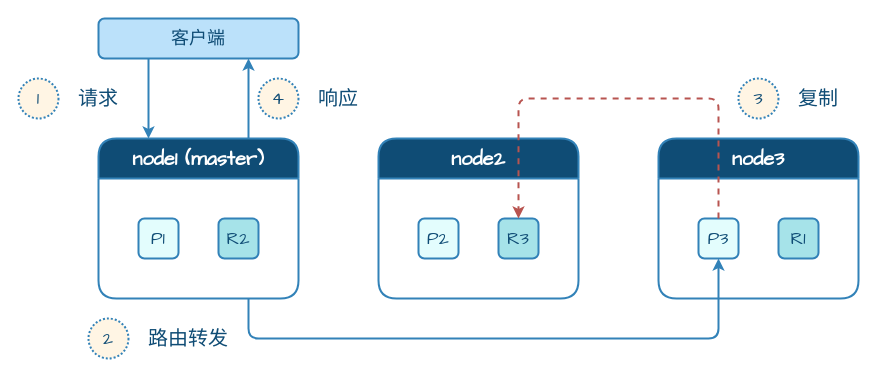
Above: page "集群存储流程" (3 of 4) of assets/数据库/搜索引擎数据库/Elasticsearch_架构.drawio in dunwu/waterdrop (draw.io), before the change. Source tidied: cells renumbered, new cells numbered last; positions are measured from the earlier drawing's top-left corner, leaving out a move shared by most shapes. Both pictures are drawn from the tidied source at 100%, with x=0, y=0 at pixel (18, 18).
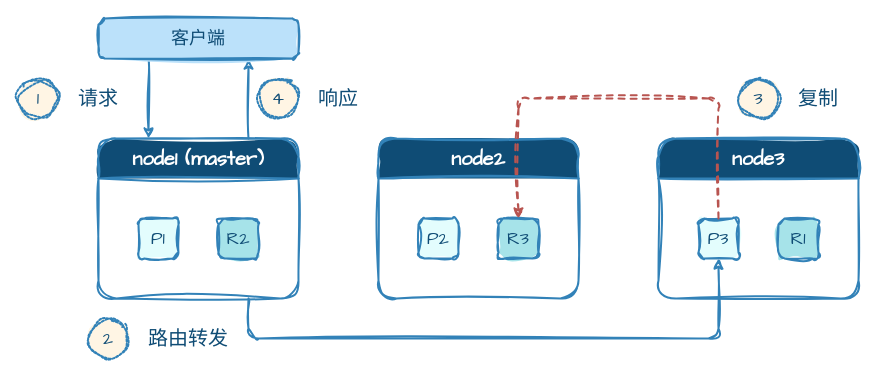
Above is the later version.

The edit, as a diff of the source:
```diff
@@
-    <mxCell id="2" style="edgeStyle=orthogonalEdgeStyle;shape=connector;rounded=1;jettySize=auto;html=1;exitX=0.75;exitY=1;exitDx=0;exitDy=0;entryX=0.5;entryY=1;entryDx=0;entryDy=0;labelBackgroundColor=default;strokeColor=#3282B8;strokeWidth=2;align=center;verticalAlign=middle;fontFamily=Comic Sans MS;fontSize=18;fontColor=#0F4C75;endArrow=classic;" parent="1" edge="1" source="4" target="11">
+    <mxCell id="2" style="edgeStyle=orthogonalEdgeStyle;shape=connector;rounded=1;jettySize=auto;html=1;exitX=0.75;exitY=1;exitDx=0;exitDy=0;entryX=0.5;entryY=1;entryDx=0;entryDy=0;labelBackgroundColor=default;strokeColor=#3282B8;strokeWidth=2;align=center;verticalAlign=middle;fontFamily=Comic Sans MS;fontSize=18;fontColor=#0F4C75;endArrow=classic;sketch=1;curveFitting=1;jiggle=2;" parent="1" edge="1" source="4" target="11">
       <mxGeometry relative="1" as="geometry">
         <Array as="points">
           <mxPoint x="230" y="320" />
           <mxPoint x="700" y="320" />
         </Array>
       </mxGeometry>
     </mxCell>
-    <mxCell id="3" style="edgeStyle=orthogonalEdgeStyle;shape=connector;rounded=1;jettySize=auto;html=1;exitX=0.75;exitY=0;exitDx=0;exitDy=0;entryX=0.75;entryY=1;entryDx=0;entryDy=0;labelBackgroundColor=default;strokeColor=#3282B8;strokeWidth=2;align=center;verticalAlign=middle;fontFamily=Comic Sans MS;fontSize=18;fontColor=#0F4C75;endArrow=classic;" parent="1" edge="1" source="4" target="14">
+    <mxCell id="3" style="edgeStyle=orthogonalEdgeStyle;shape=connector;rounded=1;jettySize=auto;html=1;exitX=0.75;exitY=0;exitDx=0;exitDy=0;entryX=0.75;entryY=1;entryDx=0;entryDy=0;labelBackgroundColor=default;strokeColor=#3282B8;strokeWidth=2;align=center;verticalAlign=middle;fontFamily=Comic Sans MS;fontSize=18;fontColor=#0F4C75;endArrow=classic;sketch=1;curveFitting=1;jiggle=2;" parent="1" edge="1" source="4" target="14">
       <mxGeometry relative="1" as="geometry" />
     </mxCell>
-    <mxCell id="4" value="node1 (master)" style="swimlane;whiteSpace=wrap;html=1;rounded=1;shadow=0;strokeColor=#3282B8;strokeWidth=2;align=center;verticalAlign=middle;fontFamily=Comic Sans MS;fontSize=20;fontColor=#FFFFFF;fillColor=#0F4C75;startSize=40;fontStyle=1;swimlaneFillColor=none;swimlaneLine=1;" parent="1" vertex="1">
+    <mxCell id="4" value="node1 (master)" style="swimlane;whiteSpace=wrap;html=1;rounded=1;shadow=0;strokeColor=#3282B8;strokeWidth=2;align=center;verticalAlign=middle;fontFamily=Comic Sans MS;fontSize=20;fontColor=#FFFFFF;fillColor=#0F4C75;startSize=40;fontStyle=1;swimlaneFillColor=none;swimlaneLine=1;sketch=1;curveFitting=1;jiggle=2;fillStyle=solid;" parent="1" vertex="1">
       <mxGeometry x="80" y="120" width="200" height="160" as="geometry" />
     </mxCell>
-    <mxCell id="5" value="P1" style="rounded=1;whiteSpace=wrap;html=1;shadow=0;strokeColor=#3282B8;strokeWidth=2;align=center;verticalAlign=middle;spacing=20;fontFamily=Comic Sans MS;fontSize=18;fontColor=#0F4C75;fillColor=#E3FDFD;" parent="4" vertex="1">
+    <mxCell id="5" value="P1" style="rounded=1;whiteSpace=wrap;html=1;shadow=0;strokeColor=#3282B8;strokeWidth=2;align=center;verticalAlign=middle;spacing=20;fontFamily=Comic Sans MS;fontSize=18;fontColor=#0F4C75;fillColor=#E3FDFD;sketch=1;curveFitting=1;jiggle=2;fillStyle=solid;" parent="4" vertex="1">
       <mxGeometry x="40" y="80" width="40" height="40" as="geometry" />
     </mxCell>
-    <mxCell id="6" value="R2" style="rounded=1;whiteSpace=wrap;html=1;shadow=0;strokeColor=#3282B8;strokeWidth=2;align=center;verticalAlign=middle;spacing=20;fontFamily=Comic Sans MS;fontSize=18;fontColor=#0F4C75;fillColor=#A6E3E9;" parent="4" vertex="1">
+    <mxCell id="6" value="R2" style="rounded=1;whiteSpace=wrap;html=1;shadow=0;strokeColor=#3282B8;strokeWidth=2;align=center;verticalAlign=middle;spacing=20;fontFamily=Comic Sans MS;fontSize=18;fontColor=#0F4C75;fillColor=#A6E3E9;sketch=1;curveFitting=1;jiggle=2;fillStyle=solid;" parent="4" vertex="1">
       <mxGeometry x="120" y="80" width="40" height="40" as="geometry" />
     </mxCell>
-    <mxCell id="7" value="node2" style="swimlane;whiteSpace=wrap;html=1;rounded=1;shadow=0;strokeColor=#3282B8;strokeWidth=2;align=center;verticalAlign=middle;fontFamily=Comic Sans MS;fontSize=20;fontColor=#FFFFFF;fillColor=#0F4C75;startSize=40;fontStyle=1;swimlaneFillColor=none;swimlaneLine=1;" parent="1" vertex="1">
+    <mxCell id="7" value="node2" style="swimlane;whiteSpace=wrap;html=1;rounded=1;shadow=0;strokeColor=#3282B8;strokeWidth=2;align=center;verticalAlign=middle;fontFamily=Comic Sans MS;fontSize=20;fontColor=#FFFFFF;fillColor=#0F4C75;startSize=40;fontStyle=1;swimlaneFillColor=none;swimlaneLine=1;sketch=1;curveFitting=1;jiggle=2;fillStyle=solid;" parent="1" vertex="1">
       <mxGeometry x="360" y="120" width="200" height="160" as="geometry" />
     </mxCell>
-    <mxCell id="8" value="P2" style="rounded=1;whiteSpace=wrap;html=1;shadow=0;strokeColor=#3282B8;strokeWidth=2;align=center;verticalAlign=middle;spacing=20;fontFamily=Comic Sans MS;fontSize=18;fontColor=#0F4C75;fillColor=#E3FDFD;" parent="7" vertex="1">
+    <mxCell id="8" value="P2" style="rounded=1;whiteSpace=wrap;html=1;shadow=0;strokeColor=#3282B8;strokeWidth=2;align=center;verticalAlign=middle;spacing=20;fontFamily=Comic Sans MS;fontSize=18;fontColor=#0F4C75;fillColor=#E3FDFD;sketch=1;curveFitting=1;jiggle=2;fillStyle=solid;" parent="7" vertex="1">
       <mxGeometry x="40" y="80" width="40" height="40" as="geometry" />
     </mxCell>
-    <mxCell id="9" value="R3" style="rounded=1;whiteSpace=wrap;html=1;shadow=0;strokeColor=#3282B8;strokeWidth=2;align=center;verticalAlign=middle;spacing=20;fontFamily=Comic Sans MS;fontSize=18;fontColor=#0F4C75;fillColor=#A6E3E9;" parent="7" vertex="1">
+    <mxCell id="9" value="R3" style="rounded=1;whiteSpace=wrap;html=1;shadow=0;strokeColor=#3282B8;strokeWidth=2;align=center;verticalAlign=middle;spacing=20;fontFamily=Comic Sans MS;fontSize=18;fontColor=#0F4C75;fillColor=#A6E3E9;sketch=1;curveFitting=1;jiggle=2;fillStyle=solid;" parent="7" vertex="1">
       <mxGeometry x="120" y="80" width="40" height="40" as="geometry" />
     </mxCell>
-    <mxCell id="10" value="node3" style="swimlane;whiteSpace=wrap;html=1;rounded=1;shadow=0;strokeColor=#3282B8;strokeWidth=2;align=center;verticalAlign=middle;fontFamily=Comic Sans MS;fontSize=20;fontColor=#FFFFFF;fillColor=#0F4C75;startSize=40;fontStyle=1;swimlaneFillColor=none;swimlaneLine=1;" parent="1" vertex="1">
+    <mxCell id="10" value="node3" style="swimlane;whiteSpace=wrap;html=1;rounded=1;shadow=0;strokeColor=#3282B8;strokeWidth=2;align=center;verticalAlign=middle;fontFamily=Comic Sans MS;fontSize=20;fontColor=#FFFFFF;fillColor=#0F4C75;startSize=40;fontStyle=1;swimlaneFillColor=none;swimlaneLine=1;sketch=1;curveFitting=1;jiggle=2;fillStyle=solid;" parent="1" vertex="1">
       <mxGeometry x="640" y="120" width="200" height="160" as="geometry" />
     </mxCell>
-    <mxCell id="11" value="P3" style="rounded=1;whiteSpace=wrap;html=1;shadow=0;strokeColor=#3282B8;strokeWidth=2;align=center;verticalAlign=middle;spacing=20;fontFamily=Comic Sans MS;fontSize=18;fontColor=#0F4C75;fillColor=#E3FDFD;" parent="10" vertex="1">
+    <mxCell id="11" value="P3" style="rounded=1;whiteSpace=wrap;html=1;shadow=0;strokeColor=#3282B8;strokeWidth=2;align=center;verticalAlign=middle;spacing=20;fontFamily=Comic Sans MS;fontSize=18;fontColor=#0F4C75;fillColor=#E3FDFD;sketch=1;curveFitting=1;jiggle=2;fillStyle=solid;" parent="10" vertex="1">
       <mxGeometry x="40" y="80" width="40" height="40" as="geometry" />
     </mxCell>
-    <mxCell id="12" value="R1" style="rounded=1;whiteSpace=wrap;html=1;shadow=0;strokeColor=#3282B8;strokeWidth=2;align=center;verticalAlign=middle;spacing=20;fontFamily=Comic Sans MS;fontSize=18;fontColor=#0F4C75;fillColor=#A6E3E9;" parent="10" vertex="1">
+    <mxCell id="12" value="R1" style="rounded=1;whiteSpace=wrap;html=1;shadow=0;strokeColor=#3282B8;strokeWidth=2;align=center;verticalAlign=middle;spacing=20;fontFamily=Comic Sans MS;fontSize=18;fontColor=#0F4C75;fillColor=#A6E3E9;sketch=1;curveFitting=1;jiggle=2;fillStyle=solid;" parent="10" vertex="1">
       <mxGeometry x="120" y="80" width="40" height="40" as="geometry" />
     </mxCell>
-    <mxCell id="13" style="edgeStyle=orthogonalEdgeStyle;shape=connector;rounded=1;jettySize=auto;html=1;exitX=0.25;exitY=1;exitDx=0;exitDy=0;entryX=0.25;entryY=0;entryDx=0;entryDy=0;labelBackgroundColor=default;strokeColor=#3282B8;strokeWidth=2;align=center;verticalAlign=middle;fontFamily=Comic Sans MS;fontSize=18;fontColor=#0F4C75;endArrow=classic;" parent="1" edge="1" source="14" target="4">
+    <mxCell id="13" style="edgeStyle=orthogonalEdgeStyle;shape=connector;rounded=1;jettySize=auto;html=1;exitX=0.25;exitY=1;exitDx=0;exitDy=0;entryX=0.25;entryY=0;entryDx=0;entryDy=0;labelBackgroundColor=default;strokeColor=#3282B8;strokeWidth=2;align=center;verticalAlign=middle;fontFamily=Comic Sans MS;fontSize=18;fontColor=#0F4C75;endArrow=classic;sketch=1;curveFitting=1;jiggle=2;" parent="1" edge="1" source="14" target="4">
       <mxGeometry relative="1" as="geometry" />
     </mxCell>
-    <mxCell id="14" value="客户端" style="rounded=1;whiteSpace=wrap;html=1;shadow=0;strokeColor=#3282B8;strokeWidth=2;align=center;verticalAlign=middle;spacing=20;fontFamily=Comic Sans MS;fontSize=18;fontColor=#0F4C75;fillColor=#BBE1FA;" parent="1" vertex="1">
+    <mxCell id="14" value="客户端" style="rounded=1;whiteSpace=wrap;html=1;shadow=0;strokeColor=#3282B8;strokeWidth=2;align=center;verticalAlign=middle;spacing=20;fontFamily=Comic Sans MS;fontSize=18;fontColor=#0F4C75;fillColor=#BBE1FA;sketch=1;curveFitting=1;jiggle=2;fillStyle=solid;" parent="1" vertex="1">
       <mxGeometry x="80" width="200" height="40" as="geometry" />
     </mxCell>
-    <mxCell id="15" style="edgeStyle=orthogonalEdgeStyle;shape=connector;rounded=1;jettySize=auto;html=1;exitX=0.5;exitY=0;exitDx=0;exitDy=0;labelBackgroundColor=default;strokeColor=#b85450;strokeWidth=2;align=center;verticalAlign=middle;fontFamily=Comic Sans MS;fontSize=18;fontColor=#0F4C75;endArrow=classic;fillColor=#f8cecc;dashed=1;" parent="1" edge="1" source="11">
+    <mxCell id="15" style="edgeStyle=orthogonalEdgeStyle;shape=connector;rounded=1;jettySize=auto;html=1;exitX=0.5;exitY=0;exitDx=0;exitDy=0;labelBackgroundColor=default;strokeColor=#b85450;strokeWidth=2;align=center;verticalAlign=middle;fontFamily=Comic Sans MS;fontSize=18;fontColor=#0F4C75;endArrow=classic;fillColor=#f8cecc;dashed=1;sketch=1;curveFitting=1;jiggle=2;" parent="1" edge="1" source="11">
       <mxGeometry relative="1" as="geometry">
         <mxPoint x="500" y="200" as="targetPoint" />
         <Array as="points">
           <mxPoint x="700" y="80" />
           <mxPoint x="500" y="80" />
         </Array>
       </mxGeometry>
     </mxCell>
-    <mxCell id="16" value="2" style="ellipse;whiteSpace=wrap;html=1;rounded=1;shadow=0;dashed=1;dashPattern=1 1;strokeColor=#3282B8;strokeWidth=2;align=center;verticalAlign=middle;spacing=10;fontFamily=Comic Sans MS;fontSize=18;fontColor=#0F4C75;fillColor=#FFF5E4;" parent="1" vertex="1">
+    <mxCell id="16" value="2" style="ellipse;whiteSpace=wrap;html=1;rounded=1;shadow=0;dashed=1;dashPattern=1 1;strokeColor=#3282B8;strokeWidth=2;align=center;verticalAlign=middle;spacing=10;fontFamily=Comic Sans MS;fontSize=18;fontColor=#0F4C75;fillColor=#FFF5E4;sketch=1;curveFitting=1;jiggle=2;fillStyle=solid;" parent="1" vertex="1">
       <mxGeometry x="70" y="300" width="40" height="40" as="geometry" />
     </mxCell>
-    <mxCell id="17" value="路由转发" style="rounded=1;whiteSpace=wrap;html=1;strokeColor=none;fillColor=none;fontFamily=Comic Sans MS;fontStyle=0;fontColor=#0F4C75;shadow=0;fontSize=20;strokeWidth=2;dashed=1;dashPattern=1 1;align=center;verticalAlign=middle;spacingLeft=0;spacing=0;" parent="1" vertex="1">
+    <mxCell id="17" value="路由转发" style="rounded=1;whiteSpace=wrap;html=1;strokeColor=none;fillColor=none;fontFamily=Comic Sans MS;fontStyle=0;fontColor=#0F4C75;shadow=0;fontSize=20;strokeWidth=2;dashed=1;dashPattern=1 1;align=center;verticalAlign=middle;spacingLeft=0;spacing=0;sketch=1;curveFitting=1;jiggle=2;" parent="1" vertex="1">
       <mxGeometry x="110" y="300" width="120" height="40" as="geometry" />
     </mxCell>
-    <mxCell id="18" value="3" style="ellipse;whiteSpace=wrap;html=1;rounded=1;shadow=0;dashed=1;dashPattern=1 1;strokeColor=#3282B8;strokeWidth=2;align=center;verticalAlign=middle;spacing=10;fontFamily=Comic Sans MS;fontSize=18;fontColor=#0F4C75;fillColor=#FFF5E4;" parent="1" vertex="1">
+    <mxCell id="18" value="3" style="ellipse;whiteSpace=wrap;html=1;rounded=1;shadow=0;dashed=1;dashPattern=1 1;strokeColor=#3282B8;strokeWidth=2;align=center;verticalAlign=middle;spacing=10;fontFamily=Comic Sans MS;fontSize=18;fontColor=#0F4C75;fillColor=#FFF5E4;sketch=1;curveFitting=1;jiggle=2;fillStyle=solid;" parent="1" vertex="1">
       <mxGeometry x="720" y="60" width="40" height="40" as="geometry" />
     </mxCell>
-    <mxCell id="19" value="复制" style="rounded=1;whiteSpace=wrap;html=1;strokeColor=none;fillColor=none;fontFamily=Comic Sans MS;fontStyle=0;fontColor=#0F4C75;shadow=0;fontSize=20;strokeWidth=2;dashed=1;dashPattern=1 1;align=center;verticalAlign=middle;spacingLeft=0;spacing=0;" parent="1" vertex="1">
+    <mxCell id="19" value="复制" style="rounded=1;whiteSpace=wrap;html=1;strokeColor=none;fillColor=none;fontFamily=Comic Sans MS;fontStyle=0;fontColor=#0F4C75;shadow=0;fontSize=20;strokeWidth=2;dashed=1;dashPattern=1 1;align=center;verticalAlign=middle;spacingLeft=0;spacing=0;sketch=1;curveFitting=1;jiggle=2;" parent="1" vertex="1">
       <mxGeometry x="760" y="60" width="80" height="40" as="geometry" />
     </mxCell>
-    <mxCell id="20" value="1" style="ellipse;whiteSpace=wrap;html=1;rounded=1;shadow=0;dashed=1;dashPattern=1 1;strokeColor=#3282B8;strokeWidth=2;align=center;verticalAlign=middle;spacing=10;fontFamily=Comic Sans MS;fontSize=18;fontColor=#0F4C75;fillColor=#FFF5E4;" parent="1" vertex="1">
+    <mxCell id="20" value="1" style="ellipse;whiteSpace=wrap;html=1;rounded=1;shadow=0;dashed=1;dashPattern=1 1;strokeColor=#3282B8;strokeWidth=2;align=center;verticalAlign=middle;spacing=10;fontFamily=Comic Sans MS;fontSize=18;fontColor=#0F4C75;fillColor=#FFF5E4;sketch=1;curveFitting=1;jiggle=2;fillStyle=solid;" parent="1" vertex="1">
       <mxGeometry y="60" width="40" height="40" as="geometry" />
     </mxCell>
-    <mxCell id="21" value="请求" style="rounded=1;whiteSpace=wrap;html=1;strokeColor=none;fillColor=none;fontFamily=Comic Sans MS;fontStyle=0;fontColor=#0F4C75;shadow=0;fontSize=20;strokeWidth=2;dashed=1;dashPattern=1 1;align=center;verticalAlign=middle;spacingLeft=0;spacing=0;" parent="1" vertex="1">
+    <mxCell id="21" value="请求" style="rounded=1;whiteSpace=wrap;html=1;strokeColor=none;fillColor=none;fontFamily=Comic Sans MS;fontStyle=0;fontColor=#0F4C75;shadow=0;fontSize=20;strokeWidth=2;dashed=1;dashPattern=1 1;align=center;verticalAlign=middle;spacingLeft=0;spacing=0;sketch=1;curveFitting=1;jiggle=2;" parent="1" vertex="1">
       <mxGeometry x="40" y="60" width="80" height="40" as="geometry" />
     </mxCell>
-    <mxCell id="22" value="4" style="ellipse;whiteSpace=wrap;html=1;rounded=1;shadow=0;dashed=1;dashPattern=1 1;strokeColor=#3282B8;strokeWidth=2;align=center;verticalAlign=middle;spacing=10;fontFamily=Comic Sans MS;fontSize=18;fontColor=#0F4C75;fillColor=#FFF5E4;" parent="1" vertex="1">
+    <mxCell id="22" value="4" style="ellipse;whiteSpace=wrap;html=1;rounded=1;shadow=0;dashed=1;dashPattern=1 1;strokeColor=#3282B8;strokeWidth=2;align=center;verticalAlign=middle;spacing=10;fontFamily=Comic Sans MS;fontSize=18;fontColor=#0F4C75;fillColor=#FFF5E4;sketch=1;curveFitting=1;jiggle=2;fillStyle=solid;" parent="1" vertex="1">
       <mxGeometry x="240" y="60" width="40" height="40" as="geometry" />
     </mxCell>
-    <mxCell id="23" value="响应" style="rounded=1;whiteSpace=wrap;html=1;strokeColor=none;fillColor=none;fontFamily=Comic Sans MS;fontStyle=0;fontColor=#0F4C75;shadow=0;fontSize=20;strokeWidth=2;dashed=1;dashPattern=1 1;align=center;verticalAlign=middle;spacingLeft=0;spacing=0;" parent="1" vertex="1">
+    <mxCell id="23" value="响应" style="rounded=1;whiteSpace=wrap;html=1;strokeColor=none;fillColor=none;fontFamily=Comic Sans MS;fontStyle=0;fontColor=#0F4C75;shadow=0;fontSize=20;strokeWidth=2;dashed=1;dashPattern=1 1;align=center;verticalAlign=middle;spacingLeft=0;spacing=0;sketch=1;curveFitting=1;jiggle=2;" parent="1" vertex="1">
       <mxGeometry x="280" y="60" width="80" height="40" as="geometry" />
     </mxCell>
```
